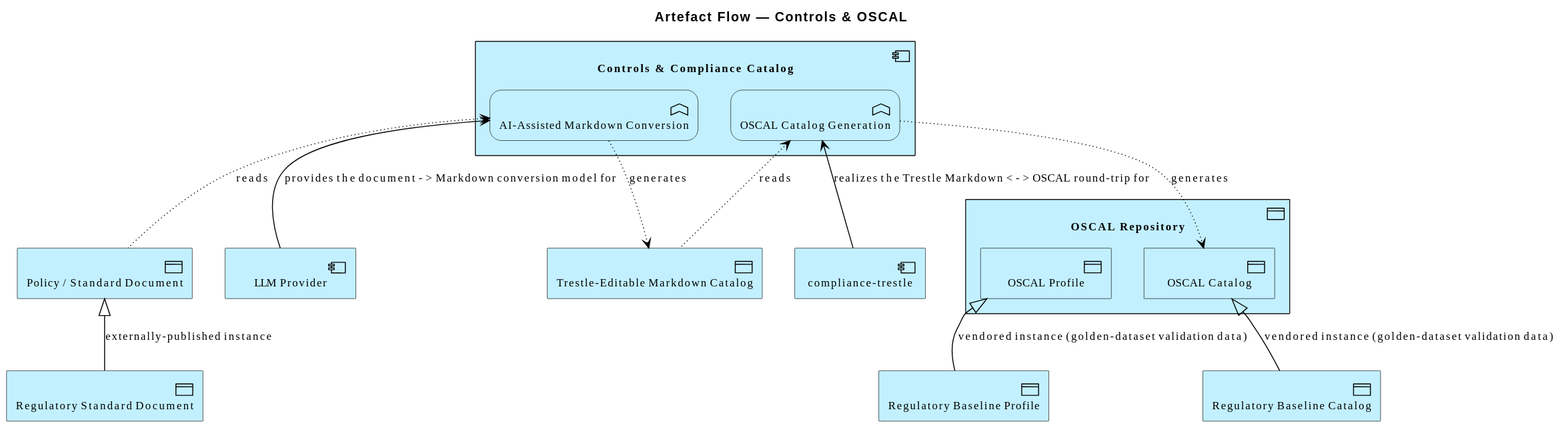
The PlantUML diagram architecture/model/diagrams/application/artefact-oscal.svg in wolffy-au/frictionless-architect, before a commit.
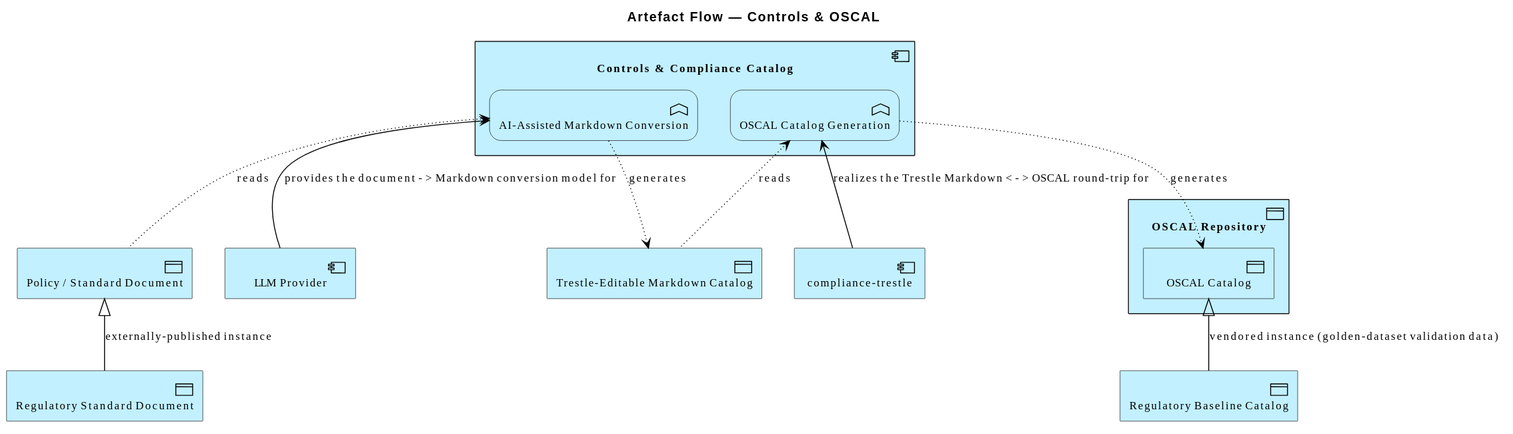
The same file after the commit.

Commit message:
feat(model): add OSCAL baseline tailoring and split OSCAL views

The edit, as a diff of the source:
```diff
@@ -9,7 +9,6 @@
 }
 Application_DataObject(e_idb18c37abc9ff51, "OSCAL Repository") {
   Application_DataObject(e_idddf65887d53f57, "OSCAL Catalog")
-  Application_DataObject(e_id9659a679544058, "OSCAL Profile")
 }
 Application_Component(e_id0aed952692a556, "compliance-trestle")
 Application_Component(e_id2610ae0cc2cc50, "LLM Provider")
@@ -17,11 +16,9 @@
 Application_DataObject(e_id3d500fda79b357, "Regulatory Standard Document")
 Application_DataObject(e_id0ecdf65c0ffd57, "Trestle-Editable Markdown Catalog")
 Application_DataObject(e_ida95982eb78095a, "Regulatory Baseline Catalog")
-Application_DataObject(e_ide7676379a60257, "Regulatory Baseline Profile")
 
 Rel_Specialization_Up(e_id3d500fda79b357, e_id51129996aed75b, "externally-published instance")
 Rel_Specialization_Up(e_ida95982eb78095a, e_idddf65887d53f57, "vendored instance (golden-dataset validation data)")
-Rel_Specialization_Up(e_ide7676379a60257, e_id9659a679544058, "vendored instance (golden-dataset validation data)")
 Rel_Serving_Up(e_id0aed952692a556, e_id8926bd09002459, "realizes the Trestle Markdown <-> OSCAL round-trip for")
 Rel_Serving_Up(e_id2610ae0cc2cc50, e_id7ce9f3c91f1f53, "provides the document -> Markdown conversion model for")
 Rel_Access_r(e_id7ce9f3c91f1f53, e_id51129996aed75b, "reads")
```
